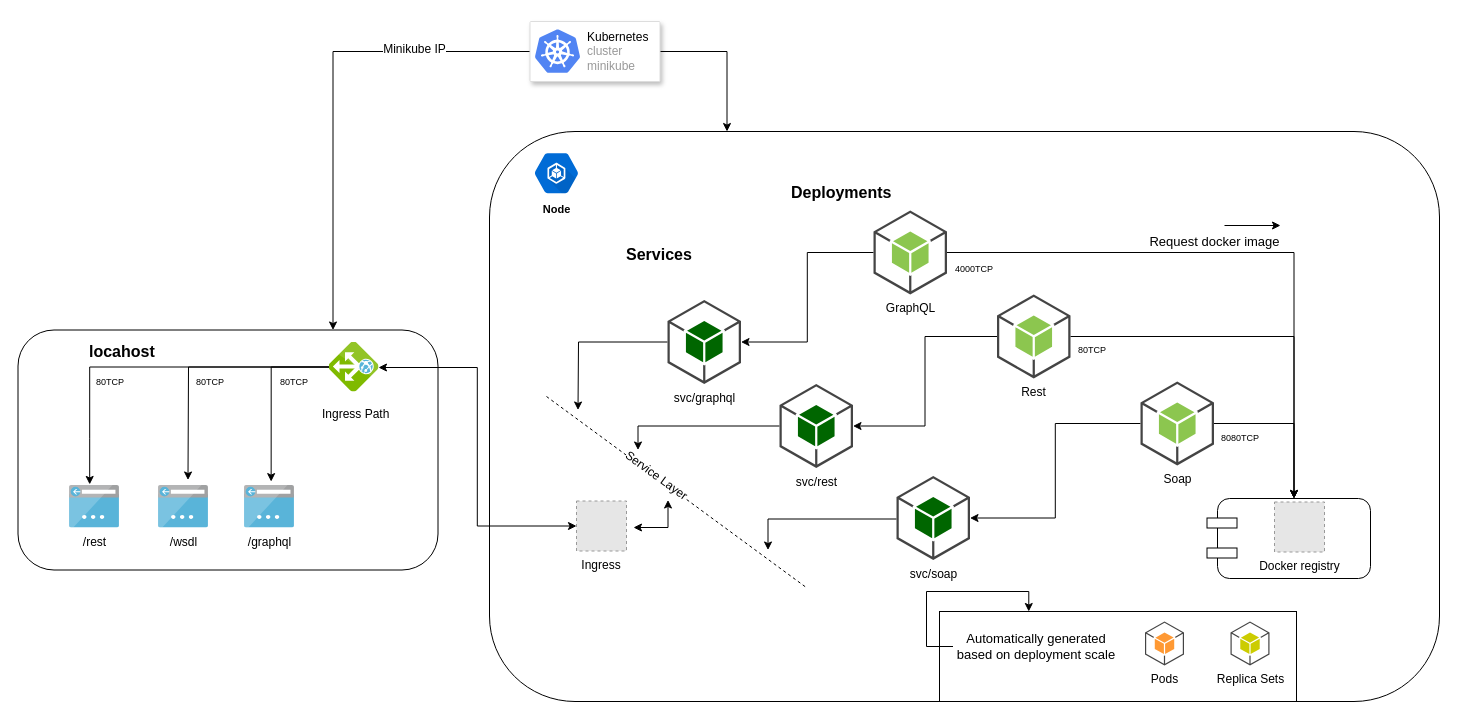
Before: resources/Kubernetes-Diagram.drawio.xml in mariohercules/k8s-pods, a draw.io diagram. Source tidied: cells renumbered, new cells numbered last; positions are measured from the earlier drawing's top-left corner, leaving out a move shared by most shapes. Both pictures are drawn from the tidied source at 100%, with x=0, y=0 at pixel (18, 21). Pictures stored in the file or linked from it are replaced by grey dashed boxes.
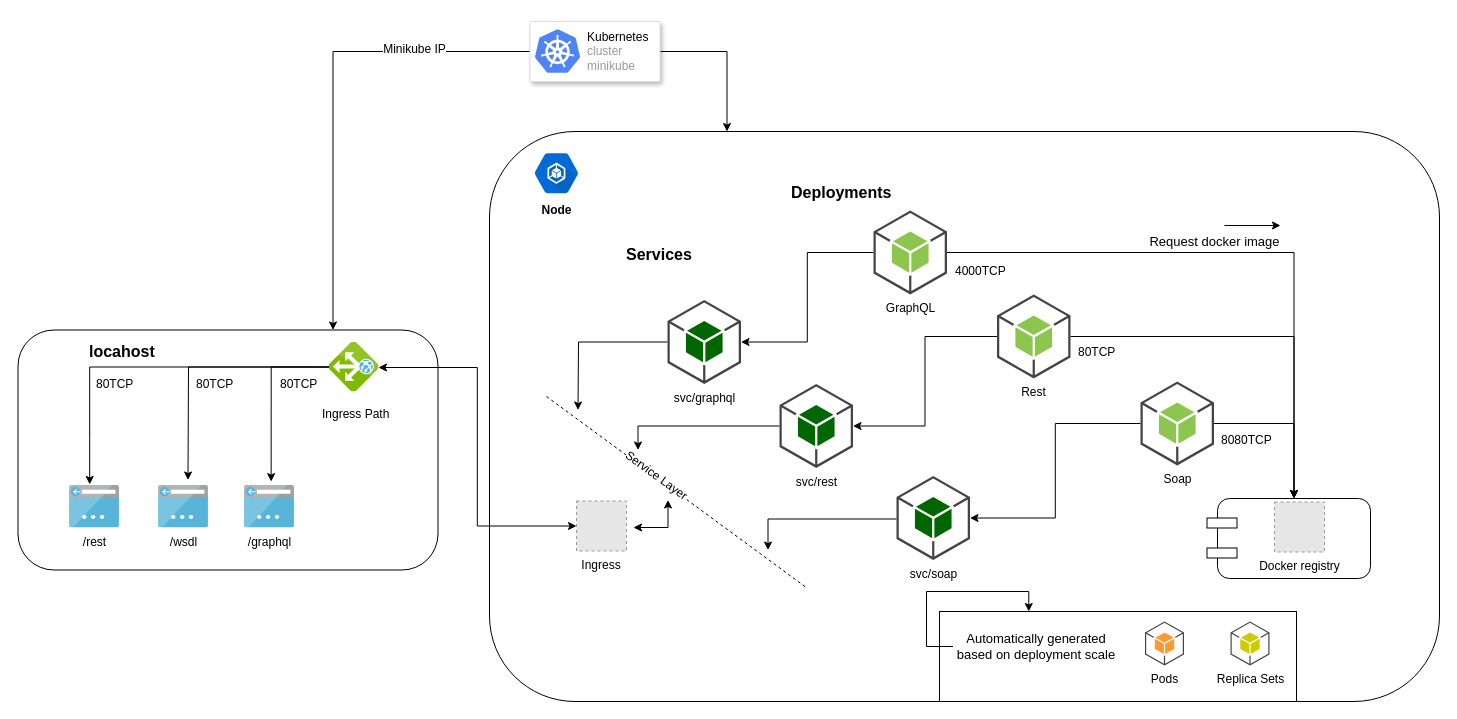
After the change.

Commit message (it also covers changes not shown here):
Update diagram tcp font

Change to the diagram source:
```diff
@@
-    <mxCell id="40" value="Node&lt;br&gt;" style="html=1;fillColor=#006BD6;strokeColor=none;verticalAlign=top;labelPosition=center;verticalLabelPosition=bottom;align=center;spacingTop=-6;fontSize=11;fontStyle=1;fontColor=#000000;shape=mxgraph.gcp2.hexIcon;prIcon=container_engine;rounded=1;glass=0;" parent="1" vertex="1">
+    <mxCell id="40" value="Node&lt;br style=&quot;font-size: 12px;&quot;&gt;" style="html=1;fillColor=#006BD6;strokeColor=none;verticalAlign=top;labelPosition=center;verticalLabelPosition=bottom;align=center;spacingTop=-6;fontSize=12;fontStyle=1;fontColor=#000000;shape=mxgraph.gcp2.hexIcon;prIcon=container_engine;rounded=1;glass=0;" parent="1" vertex="1">
       <mxGeometry x="505" y="122.5" width="66" height="58.5" as="geometry" />
     </mxCell>
@@
-    <mxCell id="51" value="4000TCP" style="text;html=1;align=left;verticalAlign=top;spacingTop=-4;fontSize=9;" parent="1" vertex="1">
+    <mxCell id="51" value="4000TCP" style="text;html=1;align=left;verticalAlign=top;spacingTop=-4;fontSize=12;" parent="1" vertex="1">
       <mxGeometry x="934.5" y="240" width="70" height="20" as="geometry" />
     </mxCell>
-    <mxCell id="52" value="80TCP" style="text;html=1;align=left;verticalAlign=top;spacingTop=-4;fontSize=9;" parent="1" vertex="1">
+    <mxCell id="52" value="80TCP" style="text;html=1;align=left;verticalAlign=top;spacingTop=-4;fontSize=12;" parent="1" vertex="1">
       <mxGeometry x="1057.5" y="320.5" width="50" height="20" as="geometry" />
     </mxCell>
-    <mxCell id="53" value="8080TCP" style="text;html=1;align=left;verticalAlign=top;spacingTop=-4;fontSize=9;" parent="1" vertex="1">
+    <mxCell id="53" value="8080TCP" style="text;html=1;align=left;verticalAlign=top;spacingTop=-4;fontSize=12;" parent="1" vertex="1">
       <mxGeometry x="1201" y="408.5" width="70" height="20" as="geometry" />
     </mxCell>
-    <mxCell id="54" value="80TCP" style="text;html=1;align=left;verticalAlign=top;spacingTop=-4;fontSize=9;" parent="1" vertex="1">
+    <mxCell id="54" value="80TCP" style="text;html=1;align=left;verticalAlign=top;spacingTop=-4;fontSize=12;" parent="1" vertex="1">
       <mxGeometry x="176" y="352.5" width="50" height="20" as="geometry" />
     </mxCell>
-    <mxCell id="55" value="80TCP" style="text;html=1;align=left;verticalAlign=top;spacingTop=-4;fontSize=9;" parent="1" vertex="1">
+    <mxCell id="55" value="80TCP" style="text;html=1;align=left;verticalAlign=top;spacingTop=-4;fontSize=12;" parent="1" vertex="1">
       <mxGeometry x="76" y="352.5" width="50" height="20" as="geometry" />
     </mxCell>
-    <mxCell id="56" value="80TCP" style="text;html=1;align=left;verticalAlign=top;spacingTop=-4;fontSize=9;" parent="1" vertex="1">
+    <mxCell id="56" value="80TCP" style="text;html=1;align=left;verticalAlign=top;spacingTop=-4;fontSize=12;" parent="1" vertex="1">
       <mxGeometry x="259.5" y="352.5" width="50" height="20" as="geometry" />
     </mxCell>
```
